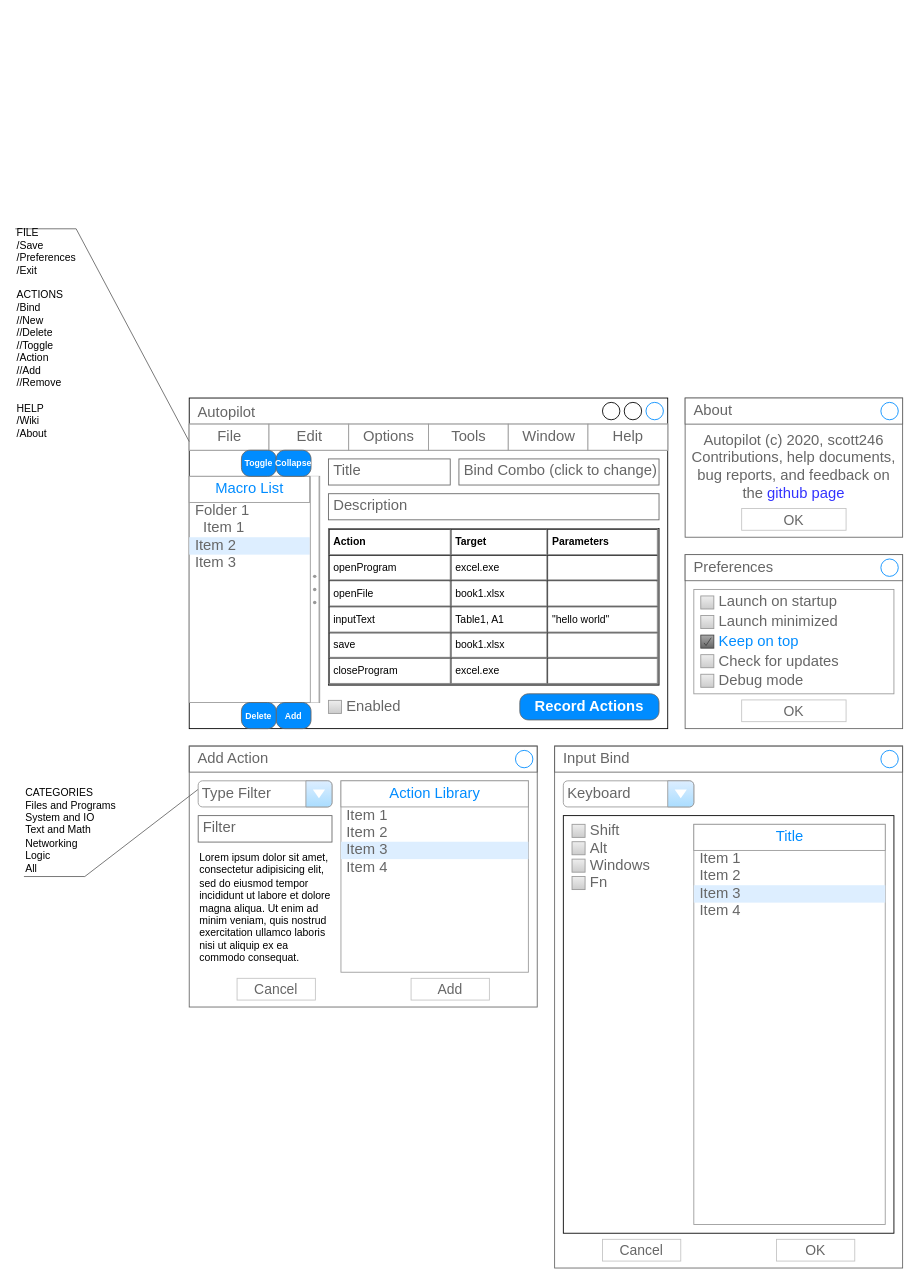
Above: autopilot.drawio in scott246/autopilot (draw.io), before the change. Source tidied: cells renumbered, new cells numbered last; positions are measured from the earlier drawing's top-left corner, leaving out a move shared by most shapes. Both pictures are drawn from the tidied source at 87%, with x=0, y=0 at pixel (15, 206).
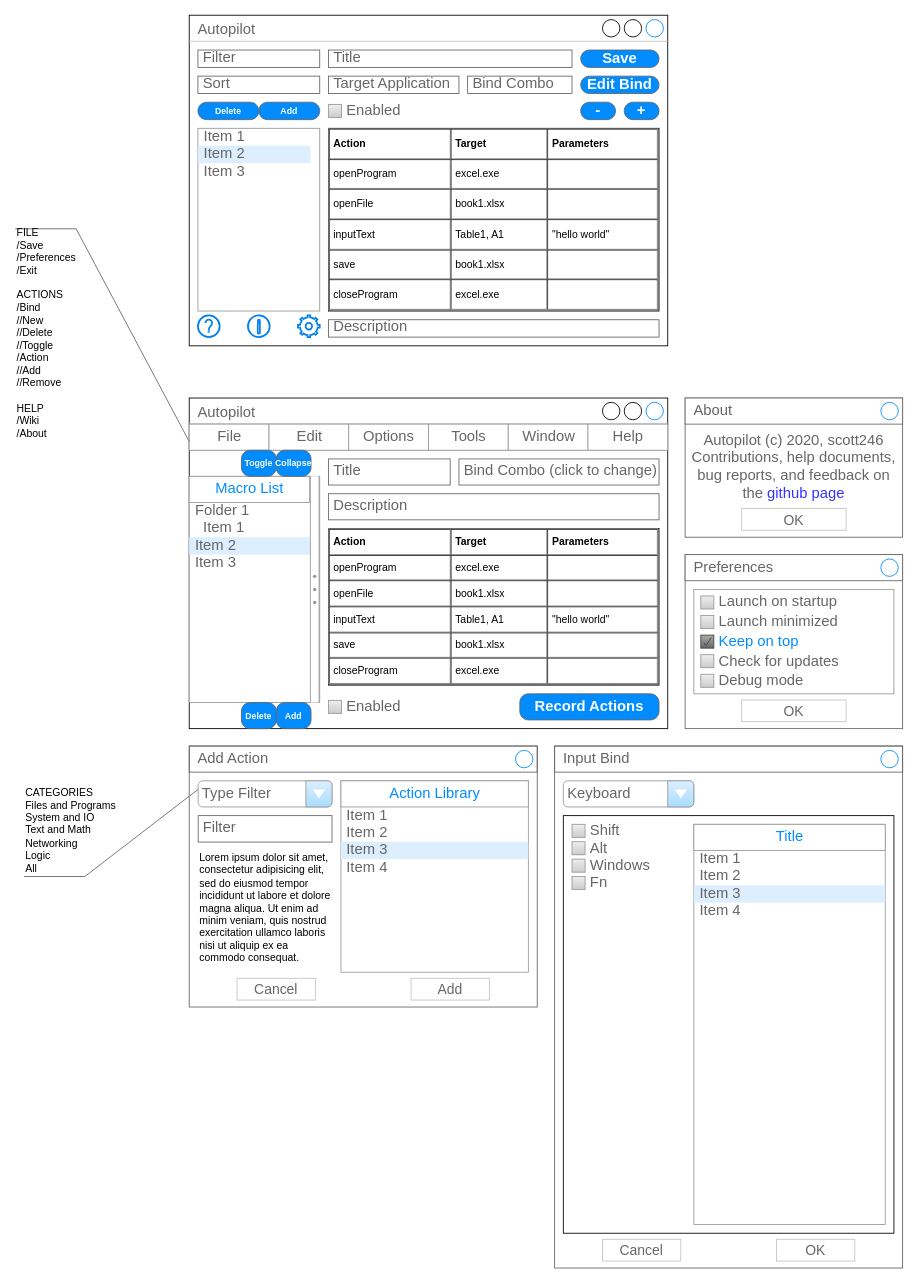
After the change.

What changed in the source:
```diff
@@
+    <mxCell id="74" value="Autopilot" style="strokeWidth=1;shadow=0;dashed=0;align=center;html=1;shape=mxgraph.mockup.containers.window;align=left;verticalAlign=top;spacingLeft=8;strokeColor2=#008cff;strokeColor3=#c4c4c4;fontColor=#666666;mainText=;fontSize=17;labelBackgroundColor=none;" parent="1" vertex="1">
+      <mxGeometry x="200" y="-220" width="550" height="380" as="geometry" />
+    </mxCell>
+    <mxCell id="75" style="strokeWidth=1;shadow=0;dashed=0;align=center;html=1;shape=mxgraph.mockup.forms.rrect;rSize=0;strokeColor=#999999;fillColor=#ffffff;" parent="1" vertex="1">
+      <mxGeometry x="210" y="-90" width="140" height="210" as="geometry" />
+    </mxCell>
+    <mxCell id="76" value="Item 1" style="strokeWidth=1;shadow=0;dashed=0;align=center;html=1;shape=mxgraph.mockup.forms.anchor;fontSize=17;fontColor=#666666;align=left;spacingLeft=5;" parent="75" vertex="1">
+      <mxGeometry width="129.23" height="20" relative="1" as="geometry" />
+    </mxCell>
+    <mxCell id="77" value="Item 2" style="strokeWidth=1;shadow=0;dashed=0;align=center;html=1;shape=mxgraph.mockup.forms.rrect;rSize=0;fontSize=17;fontColor=#666666;align=left;spacingLeft=5;fillColor=#ddeeff;strokeColor=none;" parent="75" vertex="1">
+      <mxGeometry width="129.23" height="20" relative="1" as="geometry">
+        <mxPoint y="20" as="offset" />
+      </mxGeometry>
+    </mxCell>
+    <mxCell id="78" value="Item 3" style="strokeWidth=1;shadow=0;dashed=0;align=center;html=1;shape=mxgraph.mockup.forms.anchor;fontSize=17;fontColor=#666666;align=left;spacingLeft=5;" parent="75" vertex="1">
+      <mxGeometry width="129.23" height="20" relative="1" as="geometry">
+        <mxPoint y="40" as="offset" />
+      </mxGeometry>
+    </mxCell>
+    <mxCell id="79" value="&lt;table cellpadding=&quot;4&quot; cellspacing=&quot;0&quot; border=&quot;1&quot; style=&quot;font-size: 1em ; width: 100% ; height: 100%&quot;&gt;&lt;tbody&gt;&lt;tr&gt;&lt;th&gt;Action&lt;/th&gt;&lt;th&gt;Target&lt;/th&gt;&lt;td&gt;&lt;b&gt;Parameters&lt;/b&gt;&lt;/td&gt;&lt;/tr&gt;&lt;tr&gt;&lt;td&gt;openProgram&lt;/td&gt;&lt;td&gt;excel.exe&lt;/td&gt;&lt;td&gt;&lt;br&gt;&lt;/td&gt;&lt;/tr&gt;&lt;tr&gt;&lt;td&gt;openFile&lt;/td&gt;&lt;td&gt;book1.xlsx&lt;/td&gt;&lt;td&gt;&lt;br&gt;&lt;/td&gt;&lt;/tr&gt;&lt;tr&gt;&lt;td&gt;inputText&lt;/td&gt;&lt;td&gt;Table1, A1&lt;/td&gt;&lt;td&gt;&quot;hello world&quot;&lt;/td&gt;&lt;/tr&gt;&lt;tr&gt;&lt;td&gt;save&lt;/td&gt;&lt;td&gt;book1.xlsx&lt;/td&gt;&lt;td&gt;&lt;br&gt;&lt;/td&gt;&lt;/tr&gt;&lt;tr&gt;&lt;td&gt;closeProgram&lt;/td&gt;&lt;td&gt;excel.exe&lt;/td&gt;&lt;td&gt;&lt;br&gt;&lt;/td&gt;&lt;/tr&gt;&lt;/tbody&gt;&lt;/table&gt; " style="verticalAlign=top;align=left;overflow=fill;fontSize=12;fontFamily=Helvetica;html=1;" parent="1" vertex="1">
+      <mxGeometry x="360" y="-90" width="380" height="210" as="geometry" />
+    </mxCell>
+    <mxCell id="80" value="Title" style="strokeWidth=1;shadow=0;dashed=0;align=center;html=1;shape=mxgraph.mockup.text.textBox;fontColor=#666666;align=left;fontSize=17;spacingLeft=4;spacingTop=-3;strokeColor=#666666;mainText=;" parent="1" vertex="1">
+      <mxGeometry x="360" y="-180" width="280" height="20" as="geometry" />
+    </mxCell>
+    <mxCell id="81" value="Description" style="strokeWidth=1;shadow=0;dashed=0;align=center;html=1;shape=mxgraph.mockup.text.textBox;fontColor=#666666;align=left;fontSize=17;spacingLeft=4;spacingTop=-3;strokeColor=#666666;mainText=;" parent="1" vertex="1">
+      <mxGeometry x="360" y="130" width="380" height="20" as="geometry" />
+    </mxCell>
+    <mxCell id="82" value="Bind Combo" style="strokeWidth=1;shadow=0;dashed=0;align=center;html=1;shape=mxgraph.mockup.text.textBox;fontColor=#666666;align=left;fontSize=17;spacingLeft=4;spacingTop=-3;strokeColor=#666666;mainText=;" parent="1" vertex="1">
+      <mxGeometry x="520" y="-150" width="120" height="20" as="geometry" />
+    </mxCell>
+    <mxCell id="83" value="Enabled" style="strokeWidth=1;shadow=0;dashed=0;align=center;html=1;shape=mxgraph.mockup.forms.rrect;rSize=0;fillColor=#eeeeee;strokeColor=#999999;gradientColor=#cccccc;align=left;spacingLeft=4;fontSize=17;fontColor=#666666;labelPosition=right;" parent="1" vertex="1">
+      <mxGeometry x="360" y="-117.5" width="15" height="15" as="geometry" />
+    </mxCell>
+    <mxCell id="84" value="Add" style="strokeWidth=1;shadow=0;dashed=0;align=center;html=1;shape=mxgraph.mockup.buttons.button;strokeColor=#666666;fontColor=#ffffff;mainText=;buttonStyle=round;fontSize=10;fontStyle=1;fillColor=#008cff;whiteSpace=wrap;" parent="1" vertex="1">
+      <mxGeometry x="280" y="-120" width="70" height="20" as="geometry" />
+    </mxCell>
+    <mxCell id="85" value="Delete" style="strokeWidth=1;shadow=0;dashed=0;align=center;html=1;shape=mxgraph.mockup.buttons.button;strokeColor=#666666;fontColor=#ffffff;mainText=;buttonStyle=round;fontSize=10;fontStyle=1;fillColor=#008cff;whiteSpace=wrap;" parent="1" vertex="1">
+      <mxGeometry x="210" y="-120" width="70" height="20" as="geometry" />
+    </mxCell>
+    <mxCell id="86" value="Filter" style="strokeWidth=1;shadow=0;dashed=0;align=center;html=1;shape=mxgraph.mockup.text.textBox;fontColor=#666666;align=left;fontSize=17;spacingLeft=4;spacingTop=-3;strokeColor=#666666;mainText=;" parent="1" vertex="1">
+      <mxGeometry x="210" y="-180" width="140" height="20" as="geometry" />
+    </mxCell>
+    <mxCell id="87" value="Sort" style="strokeWidth=1;shadow=0;dashed=0;align=center;html=1;shape=mxgraph.mockup.text.textBox;fontColor=#666666;align=left;fontSize=17;spacingLeft=4;spacingTop=-3;strokeColor=#666666;mainText=;" parent="1" vertex="1">
+      <mxGeometry x="210" y="-150" width="140" height="20" as="geometry" />
+    </mxCell>
+    <mxCell id="88" value="Save" style="strokeWidth=1;shadow=0;dashed=0;align=center;html=1;shape=mxgraph.mockup.buttons.button;strokeColor=#666666;fontColor=#ffffff;mainText=;buttonStyle=round;fontSize=17;fontStyle=1;fillColor=#008cff;whiteSpace=wrap;" parent="1" vertex="1">
+      <mxGeometry x="650" y="-180" width="90" height="20" as="geometry" />
+    </mxCell>
+    <mxCell id="89" value="Edit Bind" style="strokeWidth=1;shadow=0;dashed=0;align=center;html=1;shape=mxgraph.mockup.buttons.button;strokeColor=#666666;fontColor=#ffffff;mainText=;buttonStyle=round;fontSize=17;fontStyle=1;fillColor=#008cff;whiteSpace=wrap;" parent="1" vertex="1">
+      <mxGeometry x="650" y="-150" width="90" height="20" as="geometry" />
+    </mxCell>
+    <mxCell id="90" value="+" style="strokeWidth=1;shadow=0;dashed=0;align=center;html=1;shape=mxgraph.mockup.buttons.button;strokeColor=#666666;fontColor=#ffffff;mainText=;buttonStyle=round;fontSize=17;fontStyle=1;fillColor=#008cff;whiteSpace=wrap;" parent="1" vertex="1">
+      <mxGeometry x="700" y="-120" width="40" height="20" as="geometry" />
+    </mxCell>
+    <mxCell id="91" value="-" style="strokeWidth=1;shadow=0;dashed=0;align=center;html=1;shape=mxgraph.mockup.buttons.button;strokeColor=#666666;fontColor=#ffffff;mainText=;buttonStyle=round;fontSize=17;fontStyle=1;fillColor=#008cff;whiteSpace=wrap;" parent="1" vertex="1">
+      <mxGeometry x="650" y="-120" width="40" height="20" as="geometry" />
+    </mxCell>
+    <mxCell id="92" style="html=1;verticalLabelPosition=bottom;align=center;labelBackgroundColor=#ffffff;verticalAlign=top;strokeWidth=2;strokeColor=#0080F0;shadow=0;dashed=0;shape=mxgraph.ios7.icons.help;" parent="1" vertex="1">
+      <mxGeometry x="210" y="125" width="25" height="25" as="geometry" />
+    </mxCell>
+    <mxCell id="93" style="html=1;verticalLabelPosition=bottom;align=center;labelBackgroundColor=#ffffff;verticalAlign=top;strokeWidth=2;strokeColor=#0080F0;shadow=0;dashed=0;shape=mxgraph.ios7.icons.settings;" parent="1" vertex="1">
+      <mxGeometry x="325" y="125" width="25" height="25" as="geometry" />
+    </mxCell>
+    <mxCell id="94" style="html=1;verticalLabelPosition=bottom;align=center;labelBackgroundColor=#ffffff;verticalAlign=top;strokeWidth=2;strokeColor=#0080F0;shadow=0;dashed=0;shape=mxgraph.ios7.icons.info;" parent="1" vertex="1">
+      <mxGeometry x="267.5" y="125" width="25" height="25" as="geometry" />
+    </mxCell>
+    <mxCell id="95" value="Target Application" style="strokeWidth=1;shadow=0;dashed=0;align=center;html=1;shape=mxgraph.mockup.text.textBox;fontColor=#666666;align=left;fontSize=17;spacingLeft=4;spacingTop=-3;strokeColor=#666666;mainText=;" parent="1" vertex="1">
+      <mxGeometry x="360" y="-150" width="150" height="20" as="geometry" />
+    </mxCell>
```
